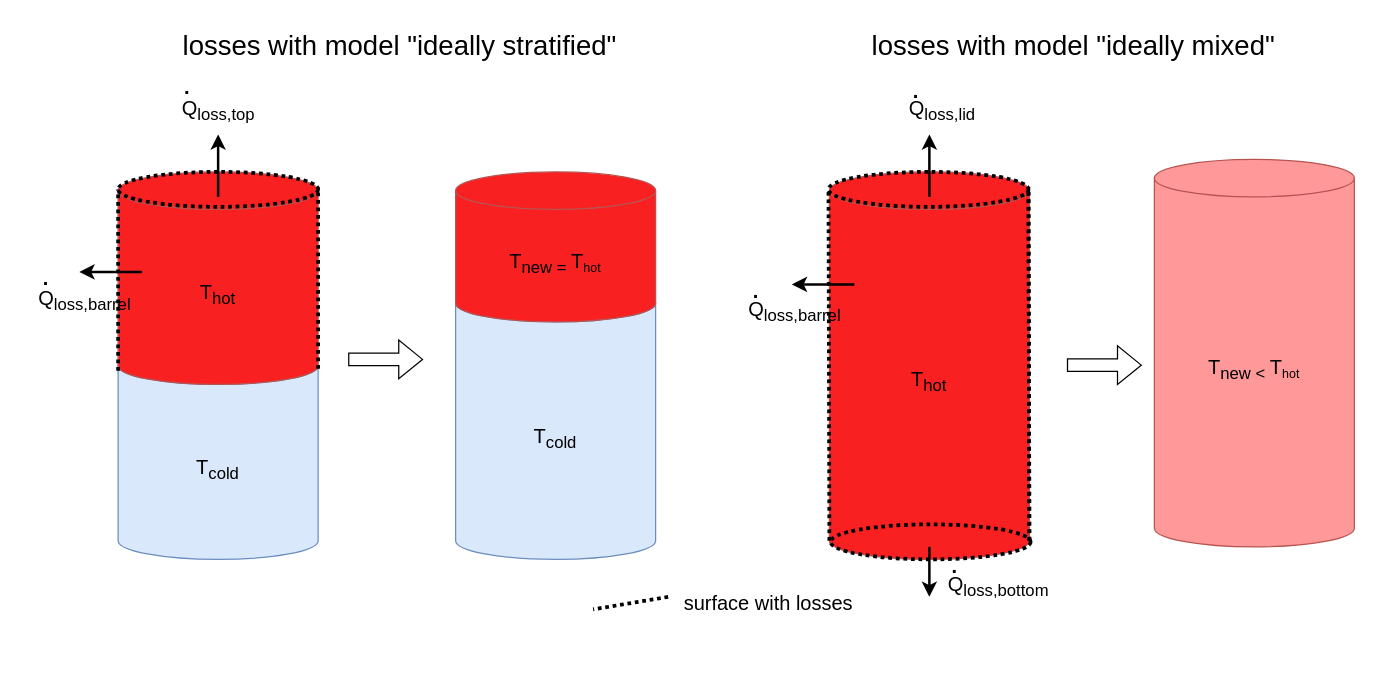
This is docs/fig/source_files/241212_STTES_losses.drawio from QuaSi-Software/Documentation, a draw.io file, before an edit. Source tidied: cells renumbered, new cells numbered last; positions are measured from the earlier drawing's top-left corner, leaving out a move shared by most shapes. Both pictures are drawn from the tidied source at 125%, with x=0, y=0 at pixel (21, 21).
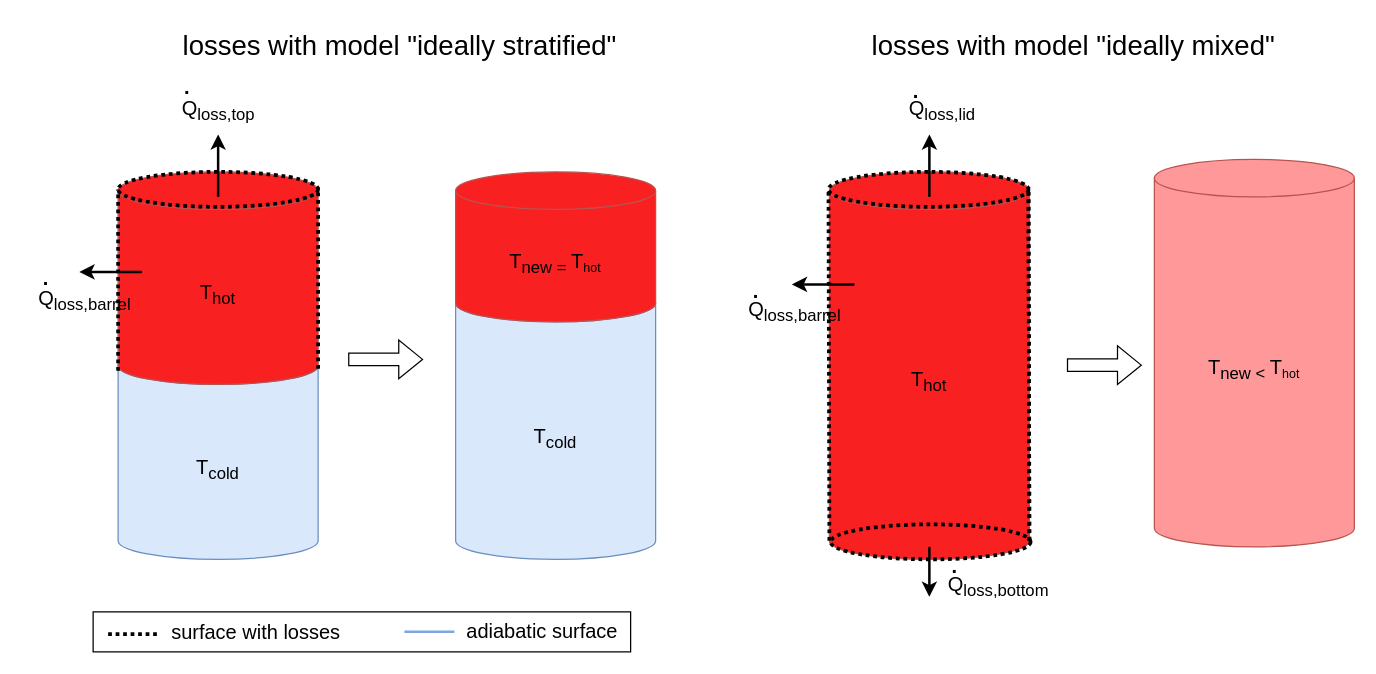
The same page after the edit.

Commit message (it also covers changes not shown here):
clarification of the legend on the figure to STTES losses

Diff of the diagram source:
```diff
@@
     <mxCell id="34" style="endArrow=none;html=1;rounded=0;fontSize=22;strokeWidth=3;dashed=1;dashPattern=1 1;entryX=0;entryY=0;entryDx=0;entryDy=15;entryPerimeter=0;" parent="1" edge="1">
       <mxGeometry relative="1" as="geometry">
-        <mxPoint x="517" y="460" as="sourcePoint" />
-        <mxPoint x="457" y="470" as="targetPoint" />
+        <mxPoint x="108" y="489.8" as="sourcePoint" />
+        <mxPoint x="68" y="489.8" as="targetPoint" />
       </mxGeometry>
     </mxCell>
     <mxCell id="35" value="surface with losses" style="text;html=1;align=center;verticalAlign=middle;strokeColor=none;fillColor=none;fontSize=16;" parent="1" vertex="1">
-      <mxGeometry x="517" y="450" width="160" height="30" as="geometry" />
+      <mxGeometry x="107" y="473" width="160" height="30" as="geometry" />
     </mxCell>
@@
+    <mxCell id="37" value="adiabatic surface" style="text;html=1;align=center;verticalAlign=middle;strokeColor=none;fillColor=none;fontSize=16;" parent="1" vertex="1">
+      <mxGeometry x="346" y="472" width="140" height="30" as="geometry" />
+    </mxCell>
+    <mxCell id="38" style="endArrow=none;html=1;rounded=0;fontSize=22;strokeWidth=2;entryX=0;entryY=0;entryDx=0;entryDy=15;entryPerimeter=0;strokeColor=#7EA6E0;" parent="1" edge="1">
+      <mxGeometry relative="1" as="geometry">
+        <mxPoint x="346" y="487.9" as="sourcePoint" />
+        <mxPoint x="306" y="487.9" as="targetPoint" />
+      </mxGeometry>
+    </mxCell>
+    <mxCell id="39" style="rounded=0;whiteSpace=wrap;html=1;gradientColor=default;fillColor=none;" parent="1" vertex="1">
+      <mxGeometry x="57" y="472" width="430" height="32" as="geometry" />
+    </mxCell>
```
